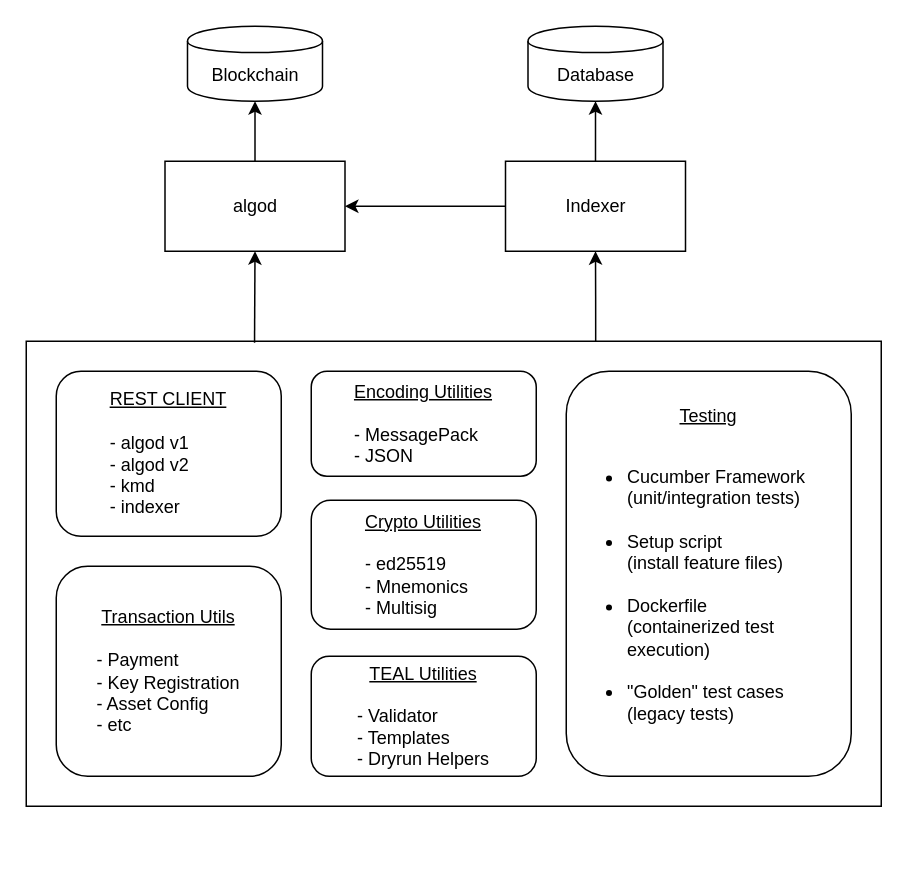
algorand/algorand-sdk-testing keeps this draw.io diagram as docs/SDK Components.drawio. Above is the earlier version. Source tidied: cells renumbered, new cells numbered last; positions are measured from the earlier drawing's top-left corner, leaving out a move shared by most shapes. Both pictures are drawn from the tidied source at 150%, with x=0, y=0 at pixel (26, 26).
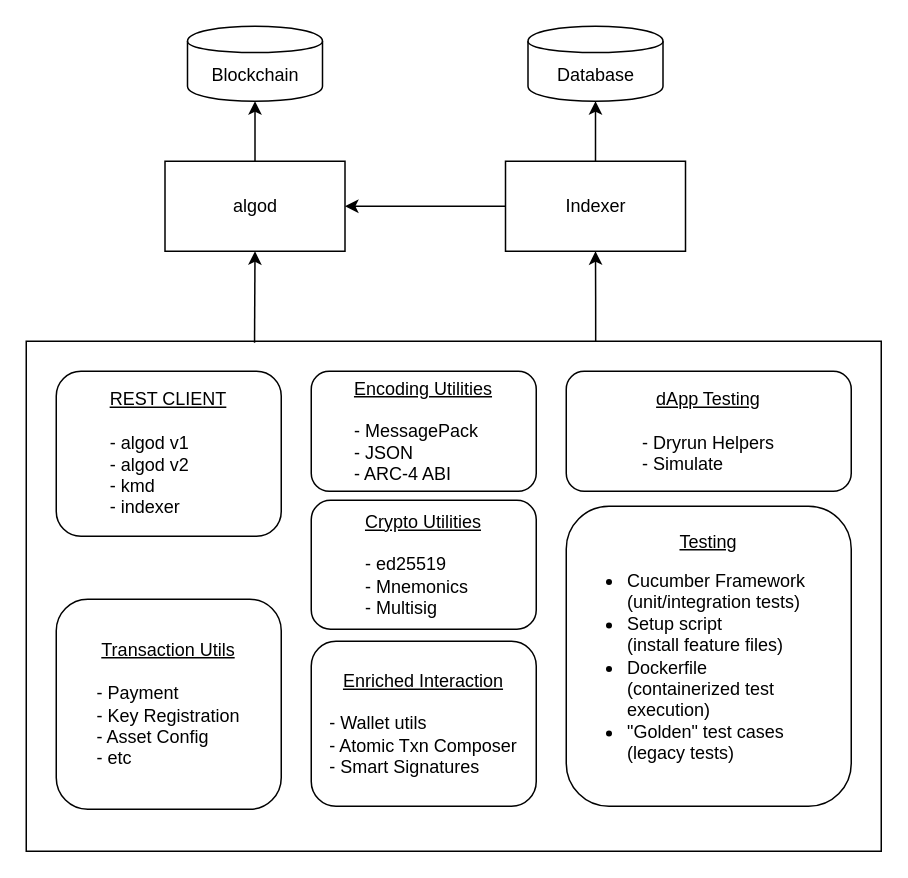
The same page after the edit.

What changed in the source:
```diff
@@
-<mxGraphModel>
+<mxGraphModel background="#ffffff">
   <root>
     <mxCell id="0" />
     <mxCell id="1" parent="0" />
     <mxCell id="2" style="edgeStyle=orthogonalEdgeStyle;rounded=0;jettySize=auto;html=1;exitX=0.666;exitY=0.001;exitDx=0;exitDy=0;exitPerimeter=0;" parent="1" edge="1" source="3" target="14">
       <mxGeometry relative="1" as="geometry" />
     </mxCell>
     <mxCell id="3" style="rounded=0;whiteSpace=wrap;html=1;glass=0;shadow=0;" parent="1" vertex="1">
-      <mxGeometry y="210" width="570" height="310" as="geometry" />
+      <mxGeometry y="210" width="570" height="340" as="geometry" />
     </mxCell>
     <mxCell id="4" value="&lt;u&gt;REST CLIENT&lt;br&gt;&lt;/u&gt;&lt;br&gt;&lt;div&gt;&lt;div style=&quot;text-align: left&quot;&gt;&lt;span&gt;- algod v1&lt;/span&gt;&lt;/div&gt;&lt;span&gt;&lt;div style=&quot;text-align: left&quot;&gt;&lt;span&gt;- algod v2&lt;/span&gt;&lt;/div&gt;&lt;div style=&quot;text-align: left&quot;&gt;&lt;span&gt;- kmd&lt;/span&gt;&lt;/div&gt;&lt;/span&gt;&lt;span&gt;&lt;div style=&quot;text-align: left&quot;&gt;&lt;span&gt;- indexer&lt;/span&gt;&lt;/div&gt;&lt;/span&gt;&lt;/div&gt;" style="rounded=1;whiteSpace=wrap;html=1;" parent="1" vertex="1">
       <mxGeometry x="20" y="230" width="150" height="110" as="geometry" />
     </mxCell>
     <mxCell id="5" value="&lt;u&gt;Transaction Utils&lt;/u&gt;&lt;u&gt;&lt;br&gt;&lt;/u&gt;&lt;br&gt;&lt;div style=&quot;text-align: left&quot;&gt;&lt;span&gt;- Payment&lt;/span&gt;&lt;/div&gt;&lt;div style=&quot;text-align: left&quot;&gt;&lt;span&gt;- Key Registration&lt;/span&gt;&lt;/div&gt;&lt;div style=&quot;text-align: left&quot;&gt;&lt;span&gt;- Asset Config&lt;/span&gt;&lt;/div&gt;&lt;div style=&quot;text-align: left&quot;&gt;&lt;span&gt;- etc&lt;/span&gt;&lt;/div&gt;" style="rounded=1;whiteSpace=wrap;html=1;" parent="1" vertex="1">
-      <mxGeometry x="20" y="360" width="150" height="140" as="geometry" />
+      <mxGeometry x="20" y="382" width="150" height="140" as="geometry" />
     </mxCell>
-    <mxCell id="6" value="&lt;u&gt;Encoding Utilities&lt;/u&gt;&lt;br&gt;&lt;br&gt;&lt;div style=&quot;text-align: left&quot;&gt;&lt;span&gt;- MessagePack&lt;/span&gt;&lt;/div&gt;&lt;div style=&quot;text-align: left&quot;&gt;&lt;span&gt;- JSON&lt;/span&gt;&lt;/div&gt;" style="rounded=1;whiteSpace=wrap;html=1;" parent="1" vertex="1">
-      <mxGeometry x="190" y="230" width="150" height="70" as="geometry" />
+    <mxCell id="6" value="&lt;u&gt;Encoding Utilities&lt;/u&gt;&lt;br&gt;&lt;br&gt;&lt;div style=&quot;text-align: left&quot;&gt;&lt;span&gt;- MessagePack&lt;/span&gt;&lt;/div&gt;&lt;div style=&quot;text-align: left&quot;&gt;&lt;span&gt;- JSON&lt;/span&gt;&lt;/div&gt;&lt;div style=&quot;text-align: left&quot;&gt;&lt;span&gt;- ARC-4 ABI&lt;/span&gt;&lt;/div&gt;" style="rounded=1;whiteSpace=wrap;html=1;" parent="1" vertex="1">
+      <mxGeometry x="190" y="230" width="150" height="80" as="geometry" />
     </mxCell>
     <mxCell id="7" value="&lt;div&gt;&lt;u&gt;Crypto Utilities&lt;/u&gt;&lt;/div&gt;&lt;div&gt;&lt;br&gt;&lt;/div&gt;&lt;div style=&quot;text-align: left&quot;&gt;&lt;span&gt;- ed25519&lt;/span&gt;&lt;/div&gt;&lt;div style=&quot;text-align: left&quot;&gt;&lt;span&gt;- Mnemonics&lt;/span&gt;&lt;/div&gt;&lt;div style=&quot;text-align: left&quot;&gt;&lt;span&gt;- Multisig&lt;/span&gt;&lt;/div&gt;" style="rounded=1;whiteSpace=wrap;html=1;align=center;" parent="1" vertex="1">
       <mxGeometry x="190" y="316" width="150" height="86" as="geometry" />
     </mxCell>
-    <mxCell id="8" value="&lt;u&gt;TEAL Utilities&lt;br&gt;&lt;/u&gt;&lt;br&gt;&lt;div style=&quot;text-align: left&quot;&gt;&lt;span&gt;- Validator&lt;/span&gt;&lt;/div&gt;&lt;div style=&quot;text-align: left&quot;&gt;&lt;span&gt;- Templates&lt;/span&gt;&lt;/div&gt;&lt;div style=&quot;text-align: left&quot;&gt;&lt;span&gt;- Dryrun Helpers&lt;/span&gt;&lt;/div&gt;" style="rounded=1;whiteSpace=wrap;html=1;" parent="1" vertex="1">
-      <mxGeometry x="190" y="420" width="150" height="80" as="geometry" />
+    <mxCell id="8" value="&lt;u&gt;dApp Testing&lt;br&gt;&lt;br&gt;&lt;/u&gt;&lt;div style=&quot;text-align: left&quot;&gt;&lt;span&gt;- Dryrun Helpers&lt;/span&gt;&lt;/div&gt;&lt;div style=&quot;text-align: left&quot;&gt;&lt;span&gt;- Simulate&lt;/span&gt;&lt;/div&gt;" style="rounded=1;whiteSpace=wrap;html=1;" parent="1" vertex="1">
+      <mxGeometry x="360" y="230" width="190" height="80" as="geometry" />
     </mxCell>
-    <mxCell id="9" value="&lt;u&gt;Testing&lt;br&gt;&lt;/u&gt;&lt;br&gt;&lt;div style=&quot;text-align: left&quot;&gt;&lt;ul&gt;&lt;li&gt;&lt;span&gt;Cucumber Framework (unit/integration tests)&lt;br&gt;&lt;br&gt;&lt;/span&gt;&lt;/li&gt;&lt;li&gt;&lt;span&gt;Setup script&lt;br&gt;&lt;/span&gt;(install feature files)&lt;br&gt;&lt;br&gt;&lt;/li&gt;&lt;li&gt;&lt;span&gt;Dockerfile&lt;br&gt;&lt;/span&gt;(containerized test execution)&lt;br&gt;&lt;br&gt;&lt;/li&gt;&lt;li&gt;&lt;span&gt;&quot;Golden&quot; test cases&lt;br&gt;&lt;/span&gt;(legacy tests)&lt;/li&gt;&lt;/ul&gt;&lt;/div&gt;" style="rounded=1;whiteSpace=wrap;html=1;" parent="1" vertex="1">
-      <mxGeometry x="360" y="230" width="190" height="270" as="geometry" />
+    <mxCell id="9" value="&lt;u&gt;Testing&lt;/u&gt;&lt;br&gt;&lt;div style=&quot;text-align: left&quot;&gt;&lt;ul&gt;&lt;li&gt;&lt;span&gt;Cucumber Framework (unit/integration tests)&lt;br&gt;&lt;/span&gt;&lt;/li&gt;&lt;li&gt;&lt;span&gt;Setup script&lt;br&gt;&lt;/span&gt;(install feature files)&lt;br&gt;&lt;/li&gt;&lt;li&gt;&lt;span&gt;Dockerfile&lt;br&gt;&lt;/span&gt;(containerized test execution)&lt;br&gt;&lt;/li&gt;&lt;li&gt;&lt;span&gt;&quot;Golden&quot; test cases&lt;br&gt;&lt;/span&gt;(legacy tests)&lt;/li&gt;&lt;/ul&gt;&lt;/div&gt;" style="rounded=1;whiteSpace=wrap;html=1;" parent="1" vertex="1">
+      <mxGeometry x="360" y="320" width="190" height="200" as="geometry" />
     </mxCell>
     <mxCell id="10" style="edgeStyle=orthogonalEdgeStyle;rounded=0;jettySize=auto;html=1;entryX=0.5;entryY=1;entryDx=0;entryDy=0;" parent="1" edge="1" source="11" target="15">
       <mxGeometry relative="1" as="geometry" />
     </mxCell>
     <mxCell id="11" value="algod" style="rounded=0;whiteSpace=wrap;html=1;shadow=0;glass=0;" parent="1" vertex="1">
       <mxGeometry x="92.5" y="90" width="120" height="60" as="geometry" />
     </mxCell>
     <mxCell id="12" style="edgeStyle=orthogonalEdgeStyle;rounded=0;jettySize=auto;html=1;entryX=0.5;entryY=1;entryDx=0;entryDy=0;" parent="1" edge="1" source="14" target="16">
       <mxGeometry relative="1" as="geometry" />
     </mxCell>
     <mxCell id="13" style="edgeStyle=orthogonalEdgeStyle;rounded=0;jettySize=auto;html=1;entryX=1;entryY=0.5;entryDx=0;entryDy=0;" parent="1" edge="1" source="14" target="11">
       <mxGeometry relative="1" as="geometry" />
     </mxCell>
     <mxCell id="14" value="Indexer" style="rounded=0;whiteSpace=wrap;html=1;shadow=0;glass=0;" parent="1" vertex="1">
       <mxGeometry x="319.5" y="90" width="120" height="60" as="geometry" />
     </mxCell>
     <mxCell id="15" value="Blockchain" style="shape=cylinder;whiteSpace=wrap;html=1;boundedLbl=1;backgroundOutline=1;rounded=0;shadow=0;glass=0;" parent="1" vertex="1">
       <mxGeometry x="107.5" width="90" height="50" as="geometry" />
     </mxCell>
     <mxCell id="16" value="Database" style="shape=cylinder;whiteSpace=wrap;html=1;boundedLbl=1;backgroundOutline=1;rounded=0;shadow=0;glass=0;" parent="1" vertex="1">
       <mxGeometry x="334.5" width="90" height="50" as="geometry" />
     </mxCell>
     <mxCell id="17" style="endArrow=classic;html=1;exitX=0.267;exitY=0.003;exitDx=0;exitDy=0;entryX=0.5;entryY=1;entryDx=0;entryDy=0;exitPerimeter=0;" parent="1" edge="1" source="3" target="11">
       <mxGeometry relative="1" as="geometry" />
     </mxCell>
+    <mxCell id="18" value="&lt;div&gt;&lt;u&gt;Enriched Interaction&lt;/u&gt;&lt;/div&gt;&lt;div&gt;&lt;br&gt;&lt;/div&gt;&lt;div style=&quot;text-align: left&quot;&gt;&lt;span&gt;- Wallet utils&lt;/span&gt;&lt;/div&gt;&lt;div style=&quot;text-align: left&quot;&gt;&lt;span&gt;- Atomic Txn Composer&lt;/span&gt;&lt;/div&gt;&lt;div style=&quot;text-align: left&quot;&gt;&lt;span&gt;- Smart Signatures&lt;/span&gt;&lt;/div&gt;" style="rounded=1;whiteSpace=wrap;html=1;align=center;" parent="1" vertex="1">
+      <mxGeometry x="190" y="410" width="150" height="110" as="geometry" />
+    </mxCell>
   </root>
 </mxGraphModel>
```
